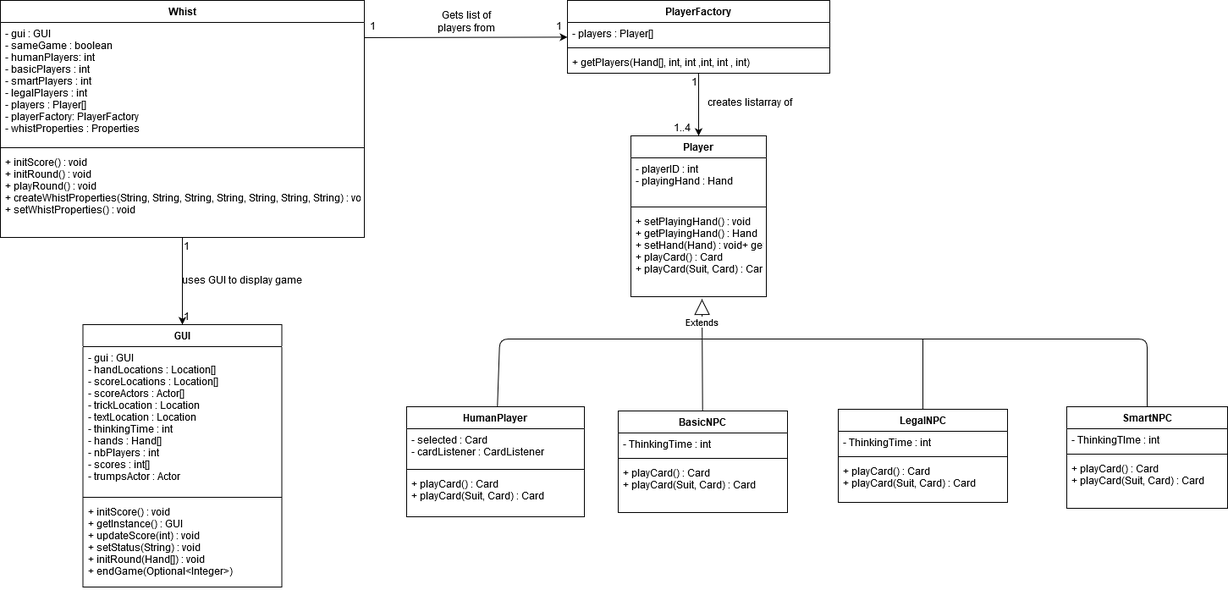
The draw.io diagram Whist/class_model.png in Aneesh1997/assignment-2, before a commit. Source tidied: cells renumbered, new cells last; positions are measured from the earlier drawing's top-left corner, leaving out a move shared by most shapes.
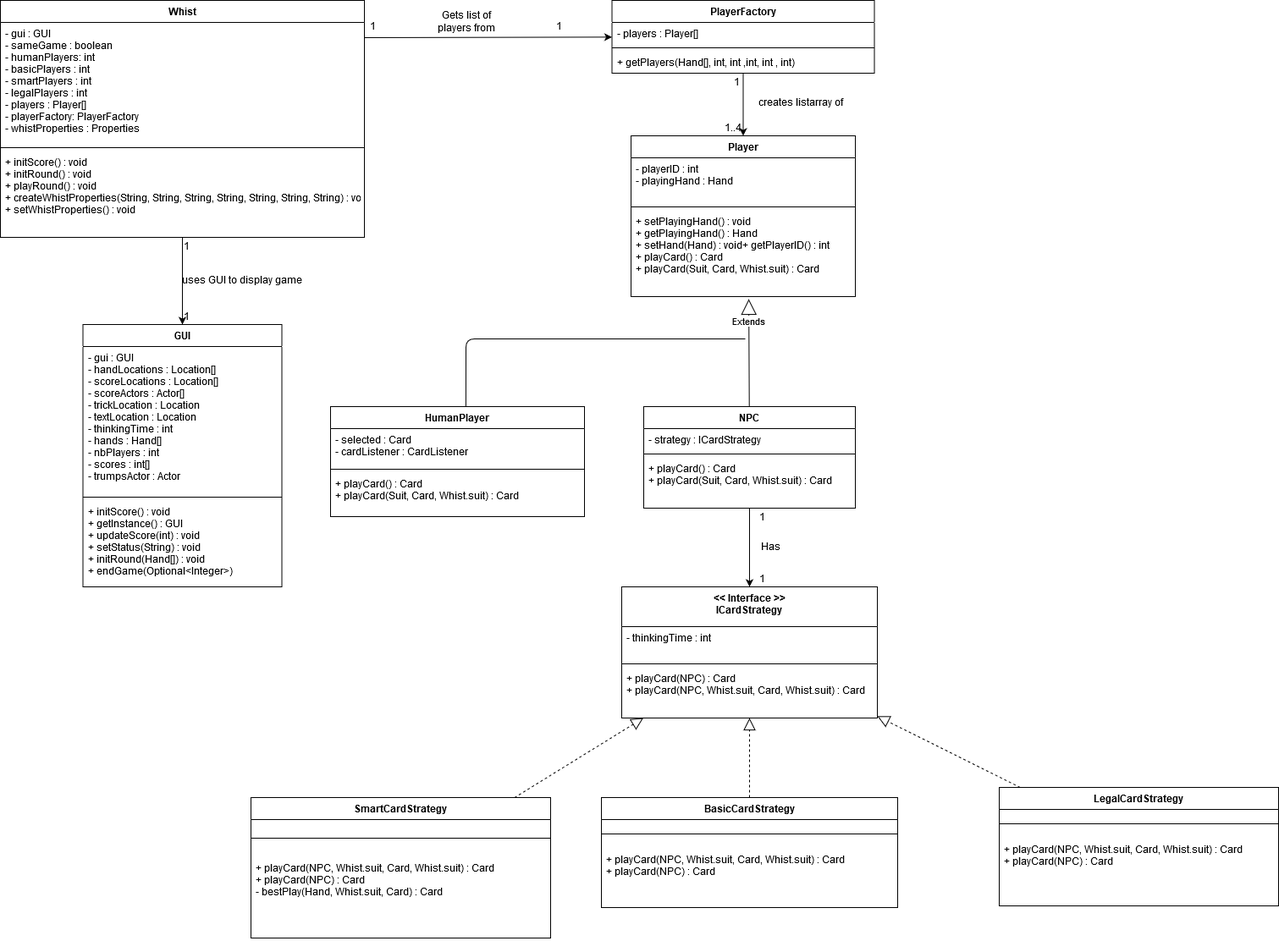
Above is the later version.

The edit, as a diff of the source:
```diff
@@ -20,18 +20,6 @@
     <mxCell id="7" style="endArrow=classic;html=1;exitX=1;exitY=0.125;exitDx=0;exitDy=0;exitPerimeter=0;" parent="1" edge="1" source="3" target="8">
       <mxGeometry relative="1" as="geometry" />
     </mxCell>
-    <mxCell id="8" value="PlayerFactory" style="swimlane;fontStyle=1;align=center;verticalAlign=top;horizontal=1;startSize=26;" parent="1" vertex="1">
-      <mxGeometry x="670" width="310" height="86" as="geometry" />
-    </mxCell>
-    <mxCell id="9" value="- players : Player[]" style="text;strokeColor=none;fillColor=none;align=left;verticalAlign=top;spacingLeft=4;spacingRight=4;overflow=hidden;" parent="8" vertex="1">
-      <mxGeometry y="26" width="310" height="26" as="geometry" />
-    </mxCell>
-    <mxCell id="10" style="line;strokeWidth=1;fillColor=none;align=left;verticalAlign=middle;spacingTop=-1;spacingLeft=3;spacingRight=3;labelPosition=right;" parent="8" vertex="1">
-      <mxGeometry y="52" width="310" height="8" as="geometry" />
-    </mxCell>
-    <mxCell id="11" value="+ getPlayers(Hand[], int, int ,int, int , int)" style="text;strokeColor=none;fillColor=none;align=left;verticalAlign=top;spacingLeft=4;spacingRight=4;overflow=hidden;" parent="8" vertex="1">
-      <mxGeometry y="60" width="310" height="26" as="geometry" />
-    </mxCell>
     <mxCell id="12" value="1" style="text;html=1;align=center;verticalAlign=middle;" parent="1" vertex="1">
       <mxGeometry x="650" y="20" width="20" height="20" as="geometry" />
     </mxCell>
@@ -39,101 +27,52 @@
       <mxGeometry x="430" y="20" width="20" height="20" as="geometry" />
     </mxCell>
     <mxCell id="14" value="Player" style="swimlane;fontStyle=1;align=center;verticalAlign=top;horizontal=1;startSize=26;" parent="1" vertex="1">
-      <mxGeometry x="745" y="160" width="160" height="190" as="geometry" />
+      <mxGeometry x="745" y="160" width="265" height="190" as="geometry" />
     </mxCell>
     <mxCell id="15" value="- playerID : int&#10;- playingHand : Hand" style="text;strokeColor=none;fillColor=none;align=left;verticalAlign=top;spacingLeft=4;spacingRight=4;overflow=hidden;" parent="14" vertex="1">
-      <mxGeometry y="26" width="160" height="54" as="geometry" />
+      <mxGeometry y="26" width="265" height="54" as="geometry" />
     </mxCell>
     <mxCell id="16" style="line;strokeWidth=1;fillColor=none;align=left;verticalAlign=middle;spacingTop=-1;spacingLeft=3;spacingRight=3;labelPosition=right;" parent="14" vertex="1">
-      <mxGeometry y="80" width="160" height="8" as="geometry" />
+      <mxGeometry y="80" width="265" height="8" as="geometry" />
     </mxCell>
-    <mxCell id="17" value="+ setPlayingHand() : void&#10;+ getPlayingHand() : Hand&#10;+ setHand(Hand) : void+ getPlayerID() : int&#10;+ playCard() : Card&#10;+ playCard(Suit, Card) : Card&#10;" style="text;strokeColor=none;fillColor=none;align=left;verticalAlign=top;spacingLeft=4;spacingRight=4;overflow=hidden;points=[[0,0.5],[1,0.5]];portConstraint=eastwest;" parent="14" vertex="1">
-      <mxGeometry y="88" width="160" height="102" as="geometry" />
+    <mxCell id="17" value="+ setPlayingHand() : void&#10;+ getPlayingHand() : Hand&#10;+ setHand(Hand) : void+ getPlayerID() : int&#10;+ playCard() : Card&#10;+ playCard(Suit, Card, Whist.suit) : Card&#10;" style="text;strokeColor=none;fillColor=none;align=left;verticalAlign=top;spacingLeft=4;spacingRight=4;overflow=hidden;points=[[0,0.5],[1,0.5]];portConstraint=eastwest;" parent="14" vertex="1">
+      <mxGeometry y="88" width="265" height="102" as="geometry" />
     </mxCell>
     <mxCell id="18" style="endArrow=classic;html=1;" parent="1" edge="1" source="8" target="14">
       <mxGeometry relative="1" as="geometry" />
     </mxCell>
     <mxCell id="19" value="creates listarray of" style="text;html=1;align=center;verticalAlign=middle;" parent="1" vertex="1">
-      <mxGeometry x="830" y="110" width="110" height="20" as="geometry" />
+      <mxGeometry x="890" y="110" width="110" height="20" as="geometry" />
     </mxCell>
     <mxCell id="20" value="1" style="text;html=1;align=center;verticalAlign=middle;" parent="1" vertex="1">
-      <mxGeometry x="810" y="86" width="20" height="20" as="geometry" />
+      <mxGeometry x="860" y="86" width="20" height="20" as="geometry" />
     </mxCell>
     <mxCell id="21" value="1..4" style="text;html=1;align=center;verticalAlign=middle;" parent="1" vertex="1">
-      <mxGeometry x="790" y="140" width="30" height="20" as="geometry" />
+      <mxGeometry x="850" y="140" width="30" height="20" as="geometry" />
     </mxCell>
-    <mxCell id="22" value="LegalNPC" style="swimlane;fontStyle=1;align=center;verticalAlign=top;horizontal=1;startSize=26;" parent="1" vertex="1">
-      <mxGeometry x="990" y="483" width="200" height="110" as="geometry" />
-    </mxCell>
-    <mxCell id="23" value="- ThinkingTime : int" style="text;strokeColor=none;fillColor=none;align=left;verticalAlign=top;spacingLeft=4;spacingRight=4;overflow=hidden;" parent="22" vertex="1">
-      <mxGeometry y="26" width="200" height="26" as="geometry" />
-    </mxCell>
-    <mxCell id="24" style="line;strokeWidth=1;fillColor=none;align=left;verticalAlign=middle;spacingTop=-1;spacingLeft=3;spacingRight=3;labelPosition=right;" parent="22" vertex="1">
-      <mxGeometry y="52" width="200" height="8" as="geometry" />
-    </mxCell>
-    <mxCell id="25" value="+ playCard() : Card&#10;+ playCard(Suit, Card) : Card" style="text;strokeColor=none;fillColor=none;align=left;verticalAlign=top;spacingLeft=4;spacingRight=4;overflow=hidden;" parent="22" vertex="1">
-      <mxGeometry y="60" width="200" height="50" as="geometry" />
-    </mxCell>
-    <mxCell id="26" value="SmartNPC" style="swimlane;fontStyle=1;align=center;verticalAlign=top;horizontal=1;startSize=26;" parent="1" vertex="1">
-      <mxGeometry x="1260" y="480" width="190" height="120" as="geometry" />
-    </mxCell>
-    <mxCell id="27" value="- ThinkingTIme : int" style="text;strokeColor=none;fillColor=none;align=left;verticalAlign=top;spacingLeft=4;spacingRight=4;overflow=hidden;" parent="26" vertex="1">
-      <mxGeometry y="26" width="190" height="26" as="geometry" />
-    </mxCell>
-    <mxCell id="28" style="line;strokeWidth=1;fillColor=none;align=left;verticalAlign=middle;spacingTop=-1;spacingLeft=3;spacingRight=3;labelPosition=right;" parent="26" vertex="1">
-      <mxGeometry y="52" width="190" height="8" as="geometry" />
-    </mxCell>
-    <mxCell id="29" value="+ playCard() : Card&#10;+ playCard(Suit, Card) : Card" style="text;strokeColor=none;fillColor=none;align=left;verticalAlign=top;spacingLeft=4;spacingRight=4;overflow=hidden;" parent="26" vertex="1">
-      <mxGeometry y="60" width="190" height="60" as="geometry" />
-    </mxCell>
     <mxCell id="30" value="Extends" style="endArrow=block;endSize=16;endFill=0;html=1;entryX=0.525;entryY=1.029;entryDx=0;entryDy=0;entryPerimeter=0;" parent="1" edge="1" source="31" target="17">
       <mxGeometry x="0.59" relative="1" as="geometry" />
     </mxCell>
-    <mxCell id="31" value="BasicNPC" style="swimlane;fontStyle=1;align=center;verticalAlign=top;horizontal=1;startSize=26;" parent="1" vertex="1">
-      <mxGeometry x="730" y="485" width="200" height="120" as="geometry" />
-    </mxCell>
-    <mxCell id="32" value="- ThinkingTime : int" style="text;strokeColor=none;fillColor=none;align=left;verticalAlign=top;spacingLeft=4;spacingRight=4;overflow=hidden;" parent="31" vertex="1">
-      <mxGeometry y="26" width="200" height="26" as="geometry" />
-    </mxCell>
-    <mxCell id="33" style="line;strokeWidth=1;fillColor=none;align=left;verticalAlign=middle;spacingTop=-1;spacingLeft=3;spacingRight=3;labelPosition=right;" parent="31" vertex="1">
-      <mxGeometry y="52" width="200" height="8" as="geometry" />
-    </mxCell>
-    <mxCell id="34" value="+ playCard() : Card&#10;+ playCard(Suit, Card) : Card" style="text;strokeColor=none;fillColor=none;align=left;verticalAlign=top;spacingLeft=4;spacingRight=4;overflow=hidden;" parent="31" vertex="1">
-      <mxGeometry y="60" width="200" height="60" as="geometry" />
-    </mxCell>
     <mxCell id="35" value="HumanPlayer" style="swimlane;fontStyle=1;align=center;verticalAlign=top;horizontal=1;startSize=26;" parent="1" vertex="1">
-      <mxGeometry x="480" y="480" width="210" height="130" as="geometry" />
+      <mxGeometry x="390" y="480" width="300" height="130" as="geometry" />
     </mxCell>
     <mxCell id="36" value="- selected : Card&#10;- cardListener : CardListener&#10;" style="text;strokeColor=none;fillColor=none;align=left;verticalAlign=top;spacingLeft=4;spacingRight=4;overflow=hidden;" parent="35" vertex="1">
-      <mxGeometry y="26" width="210" height="44" as="geometry" />
+      <mxGeometry y="26" width="300" height="44" as="geometry" />
     </mxCell>
     <mxCell id="37" style="line;strokeWidth=1;fillColor=none;align=left;verticalAlign=middle;spacingTop=-1;spacingLeft=3;spacingRight=3;labelPosition=right;" parent="35" vertex="1">
-      <mxGeometry y="70" width="210" height="8" as="geometry" />
+      <mxGeometry y="70" width="300" height="8" as="geometry" />
     </mxCell>
-    <mxCell id="38" value="+ playCard() : Card&#10;+ playCard(Suit, Card) : Card" style="text;strokeColor=none;fillColor=none;align=left;verticalAlign=top;spacingLeft=4;spacingRight=4;overflow=hidden;" parent="35" vertex="1">
-      <mxGeometry y="78" width="210" height="52" as="geometry" />
+    <mxCell id="38" value="+ playCard() : Card&#10;+ playCard(Suit, Card, Whist.suit) : Card" style="text;strokeColor=none;fillColor=none;align=left;verticalAlign=top;spacingLeft=4;spacingRight=4;overflow=hidden;" parent="35" vertex="1">
+      <mxGeometry y="78" width="300" height="52" as="geometry" />
     </mxCell>
-    <mxCell id="39" style="endArrow=none;html=1;" parent="1" edge="1" source="35">
+    <mxCell id="39" style="endArrow=none;html=1;exitX=0.533;exitY=0;exitDx=0;exitDy=0;exitPerimeter=0;" parent="1" edge="1" source="35">
       <mxGeometry relative="1" as="geometry">
-        <mxPoint x="830" y="400" as="targetPoint" />
+        <mxPoint x="880" y="400" as="targetPoint" />
         <Array as="points">
-          <mxPoint x="590" y="400" />
+          <mxPoint x="550" y="400" />
         </Array>
       </mxGeometry>
     </mxCell>
-    <mxCell id="40" style="endArrow=none;html=1;entryX=0.5;entryY=0;entryDx=0;entryDy=0;" parent="1" edge="1" target="26">
-      <mxGeometry relative="1" as="geometry">
-        <mxPoint x="830" y="400" as="sourcePoint" />
-        <Array as="points">
-          <mxPoint x="1355" y="400" />
-        </Array>
-      </mxGeometry>
-    </mxCell>
-    <mxCell id="41" style="endArrow=none;html=1;" parent="1" edge="1" source="22">
-      <mxGeometry relative="1" as="geometry">
-        <mxPoint x="1090" y="400" as="targetPoint" />
-      </mxGeometry>
-    </mxCell>
     <mxCell id="42" style="endArrow=classic;html=1;" parent="1" edge="1" source="2" target="43">
       <mxGeometry relative="1" as="geometry" />
     </mxCell>
@@ -158,5 +97,89 @@
     <mxCell id="49" value="1" style="text;html=1;align=center;verticalAlign=middle;" parent="1" vertex="1">
       <mxGeometry x="210" y="363" width="20" height="20" as="geometry" />
     </mxCell>
+    <mxCell id="8" value="PlayerFactory" style="swimlane;fontStyle=1;align=center;verticalAlign=top;horizontal=1;startSize=26;" parent="1" vertex="1">
+      <mxGeometry x="722.5" width="310" height="86" as="geometry" />
+    </mxCell>
+    <mxCell id="9" value="- players : Player[]" style="text;strokeColor=none;fillColor=none;align=left;verticalAlign=top;spacingLeft=4;spacingRight=4;overflow=hidden;" parent="8" vertex="1">
+      <mxGeometry y="26" width="310" height="26" as="geometry" />
+    </mxCell>
+    <mxCell id="10" style="line;strokeWidth=1;fillColor=none;align=left;verticalAlign=middle;spacingTop=-1;spacingLeft=3;spacingRight=3;labelPosition=right;" parent="8" vertex="1">
+      <mxGeometry y="52" width="310" height="8" as="geometry" />
+    </mxCell>
+    <mxCell id="11" value="+ getPlayers(Hand[], int, int ,int, int , int)" style="text;strokeColor=none;fillColor=none;align=left;verticalAlign=top;spacingLeft=4;spacingRight=4;overflow=hidden;" parent="8" vertex="1">
+      <mxGeometry y="60" width="310" height="26" as="geometry" />
+    </mxCell>
+    <mxCell id="31" value="NPC" style="swimlane;fontStyle=1;align=center;verticalAlign=top;horizontal=1;startSize=26;" parent="1" vertex="1">
+      <mxGeometry x="760" y="480" width="250" height="120" as="geometry" />
+    </mxCell>
+    <mxCell id="32" value="- strategy : ICardStrategy" style="text;strokeColor=none;fillColor=none;align=left;verticalAlign=top;spacingLeft=4;spacingRight=4;overflow=hidden;" parent="31" vertex="1">
+      <mxGeometry y="26" width="250" height="26" as="geometry" />
+    </mxCell>
+    <mxCell id="33" style="line;strokeWidth=1;fillColor=none;align=left;verticalAlign=middle;spacingTop=-1;spacingLeft=3;spacingRight=3;labelPosition=right;" parent="31" vertex="1">
+      <mxGeometry y="52" width="250" height="8" as="geometry" />
+    </mxCell>
+    <mxCell id="34" value="+ playCard() : Card&#10;+ playCard(Suit, Card, Whist.suit) : Card" style="text;strokeColor=none;fillColor=none;align=left;verticalAlign=top;spacingLeft=4;spacingRight=4;overflow=hidden;" parent="31" vertex="1">
+      <mxGeometry y="60" width="250" height="60" as="geometry" />
+    </mxCell>
+    <mxCell id="50" value="&lt;&lt; Interface &gt;&gt;&#10;ICardStrategy" style="swimlane;fontStyle=1;align=center;verticalAlign=top;horizontal=1;startSize=47;" parent="1" vertex="1">
+      <mxGeometry x="734" y="693" width="302" height="155" as="geometry" />
+    </mxCell>
+    <mxCell id="51" value="- thinkingTime : int" style="text;strokeColor=none;fillColor=none;align=left;verticalAlign=top;spacingLeft=4;spacingRight=4;overflow=hidden;" parent="50" vertex="1">
+      <mxGeometry y="47" width="302" height="40" as="geometry" />
+    </mxCell>
+    <mxCell id="52" style="line;strokeWidth=1;fillColor=none;align=left;verticalAlign=middle;spacingTop=-1;spacingLeft=3;spacingRight=3;labelPosition=right;" parent="50" vertex="1">
+      <mxGeometry y="87" width="302" height="8" as="geometry" />
+    </mxCell>
+    <mxCell id="53" value="+ playCard(NPC) : Card&#10;+ playCard(NPC, Whist.suit, Card, Whist.suit) : Card&#10;" style="text;strokeColor=none;fillColor=none;align=left;verticalAlign=top;spacingLeft=4;spacingRight=4;overflow=hidden;" parent="50" vertex="1">
+      <mxGeometry y="95" width="302" height="60" as="geometry" />
+    </mxCell>
+    <mxCell id="54" style="endArrow=classic;html=1;entryX=0.5;entryY=0;entryDx=0;entryDy=0;" parent="1" edge="1" source="31" target="50">
+      <mxGeometry relative="1" as="geometry" />
+    </mxCell>
+    <mxCell id="55" value="Has" style="text;html=1;align=center;verticalAlign=middle;" parent="1" vertex="1">
+      <mxGeometry x="890" y="635" width="40" height="20" as="geometry" />
+    </mxCell>
+    <mxCell id="56" value="1" style="text;html=1;align=center;verticalAlign=middle;" parent="1" vertex="1">
+      <mxGeometry x="890" y="600" width="20" height="20" as="geometry" />
+    </mxCell>
+    <mxCell id="57" value="1" style="text;html=1;align=center;verticalAlign=middle;" parent="1" vertex="1">
+      <mxGeometry x="890" y="673" width="20" height="20" as="geometry" />
+    </mxCell>
+    <mxCell id="58" value="SmartCardStrategy" style="swimlane;fontStyle=1;align=center;verticalAlign=top;horizontal=1;startSize=26;" parent="1" vertex="1">
+      <mxGeometry x="296" y="942" width="354" height="166" as="geometry" />
+    </mxCell>
+    <mxCell id="59" style="line;strokeWidth=1;fillColor=none;align=left;verticalAlign=middle;spacingTop=-1;spacingLeft=3;spacingRight=3;labelPosition=right;" parent="58" vertex="1">
+      <mxGeometry y="26" width="354" height="44" as="geometry" />
+    </mxCell>
+    <mxCell id="60" value="+ playCard(NPC, Whist.suit, Card, Whist.suit) : Card&#10;+ playCard(NPC) : Card&#10;- bestPlay(Hand, Whist.suit, Card) : Card&#10;" style="text;strokeColor=none;fillColor=none;align=left;verticalAlign=top;spacingLeft=4;spacingRight=4;overflow=hidden;" parent="58" vertex="1">
+      <mxGeometry y="70" width="354" height="96" as="geometry" />
+    </mxCell>
+    <mxCell id="61" value="LegalCardStrategy" style="swimlane;fontStyle=1;align=center;verticalAlign=top;horizontal=1;startSize=26;" parent="1" vertex="1">
+      <mxGeometry x="1180" y="930" width="330" height="140" as="geometry" />
+    </mxCell>
+    <mxCell id="62" style="line;strokeWidth=1;fillColor=none;align=left;verticalAlign=middle;spacingTop=-1;spacingLeft=3;spacingRight=3;labelPosition=right;" parent="61" vertex="1">
+      <mxGeometry y="26" width="330" height="34" as="geometry" />
+    </mxCell>
+    <mxCell id="63" value="+ playCard(NPC, Whist.suit, Card, Whist.suit) : Card&#10;+ playCard(NPC) : Card" style="text;strokeColor=none;fillColor=none;align=left;verticalAlign=top;spacingLeft=4;spacingRight=4;overflow=hidden;" parent="61" vertex="1">
+      <mxGeometry y="60" width="330" height="80" as="geometry" />
+    </mxCell>
+    <mxCell id="64" value="BasicCardStrategy" style="swimlane;fontStyle=1;align=center;verticalAlign=top;horizontal=1;startSize=26;" parent="1" vertex="1">
+      <mxGeometry x="710" y="942" width="350" height="130" as="geometry" />
+    </mxCell>
+    <mxCell id="65" style="line;strokeWidth=1;fillColor=none;align=left;verticalAlign=middle;spacingTop=-1;spacingLeft=3;spacingRight=3;labelPosition=right;" parent="64" vertex="1">
+      <mxGeometry y="26" width="350" height="34" as="geometry" />
+    </mxCell>
+    <mxCell id="66" value="+ playCard(NPC, Whist.suit, Card, Whist.suit) : Card&#10;+ playCard(NPC) : Card" style="text;strokeColor=none;fillColor=none;align=left;verticalAlign=top;spacingLeft=4;spacingRight=4;overflow=hidden;" parent="64" vertex="1">
+      <mxGeometry y="60" width="350" height="70" as="geometry" />
+    </mxCell>
+    <mxCell id="67" style="endArrow=block;dashed=1;endFill=0;endSize=12;html=1;" parent="1" edge="1" source="58" target="50">
+      <mxGeometry relative="1" as="geometry" />
+    </mxCell>
+    <mxCell id="68" style="endArrow=block;dashed=1;endFill=0;endSize=12;html=1;" parent="1" edge="1" source="64" target="50">
+      <mxGeometry relative="1" as="geometry" />
+    </mxCell>
+    <mxCell id="69" style="endArrow=block;dashed=1;endFill=0;endSize=12;html=1;" parent="1" edge="1" source="61" target="50">
+      <mxGeometry relative="1" as="geometry" />
+    </mxCell>
   </root>
 </mxGraphModel>
```
